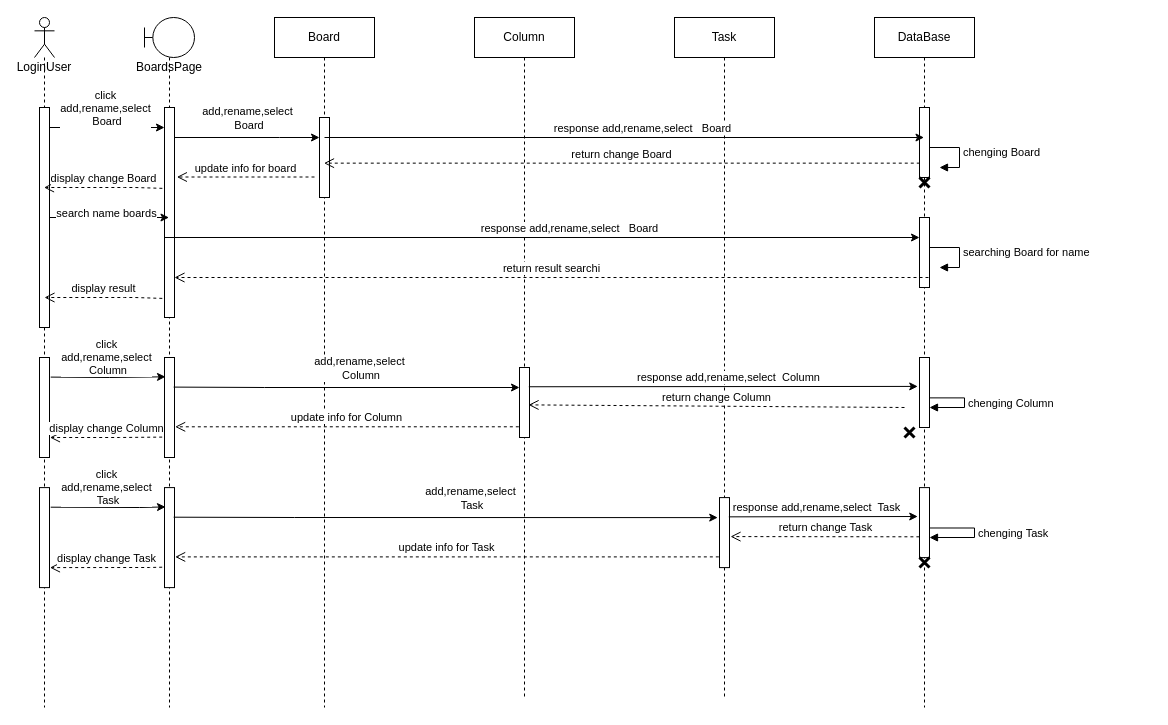
Before: page "Sequence_workBoards" (14 of 17) of Board_Use_Case_Diagramm.drawio in ololnovolol/ScrumBoardApp, a draw.io diagram. Source tidied: cells renumbered, new cells numbered last; positions are measured from the earlier drawing's top-left corner, leaving out a move shared by most shapes. Both pictures are drawn from the tidied source at 100%, with x=0, y=0 at pixel (34, 17).
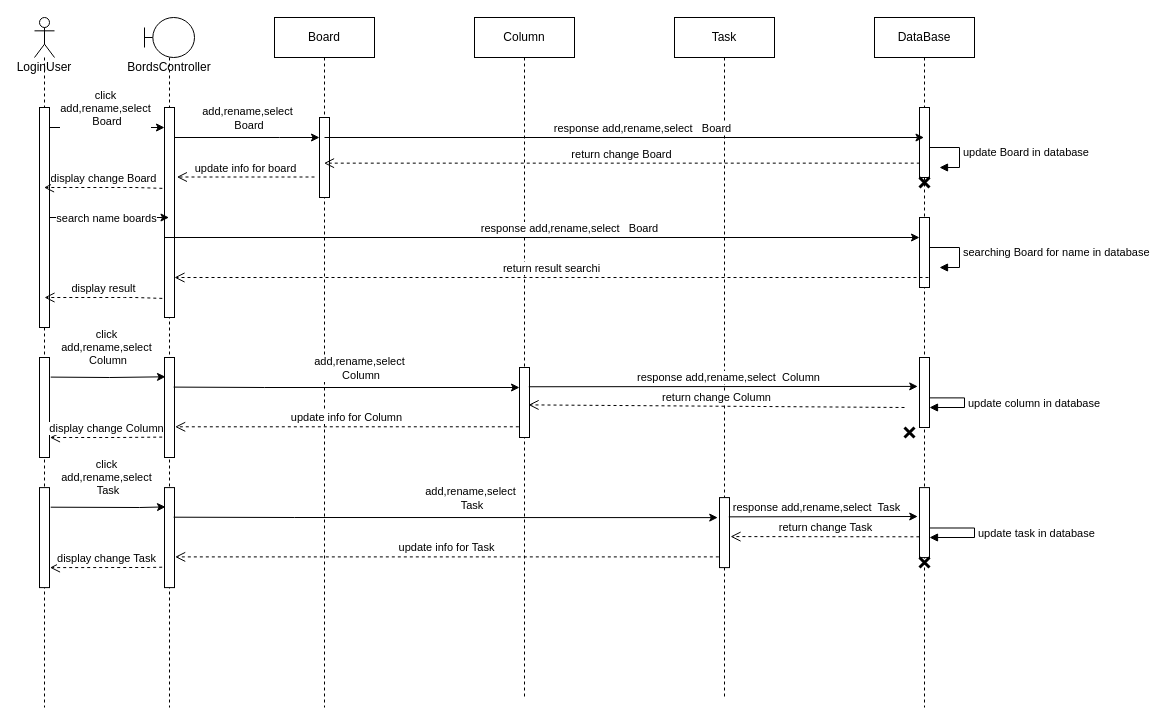
The same diagram, later.

Unchanged cells that the change refers to:
```xml
<mxCell id="19" value="DataBase" style="shape=umlLifeline;perimeter=lifelinePerimeter;whiteSpace=wrap;html=1;outlineConnect=0;" parent="1" vertex="1">
  <mxGeometry x="840" width="100" height="690" as="geometry" />
</mxCell>
<mxCell id="25" style="html=1;points=[];perimeter=orthogonalPerimeter;" parent="19" vertex="1">
  <mxGeometry x="45" y="340" width="10" height="70" as="geometry" />
</mxCell>
<mxCell id="27" style="html=1;points=[];perimeter=orthogonalPerimeter;" parent="19" vertex="1">
  <mxGeometry x="45" y="470.1" width="10" height="70" as="geometry" />
</mxCell>
<mxCell id="32" style="rounded=0;jettySize=auto;html=1;entryX=0.101;entryY=0.193;entryDx=0;entryDy=0;entryPerimeter=0;exitX=1.119;exitY=0.196;exitDx=0;exitDy=0;exitPerimeter=0;" parent="1" edge="1" source="5" target="9">
  <mxGeometry relative="1" as="geometry">
    <Array as="points">
      <mxPoint x="105" y="490" />
    </Array>
  </mxGeometry>
</mxCell>
<mxCell id="37" style="edgeStyle=none;rounded=0;jettySize=auto;html=1;" parent="1" edge="1" source="3" target="6">
  <mxGeometry relative="1" as="geometry" />
</mxCell>
<mxCell id="51" style="rounded=0;jettySize=auto;html=1;entryX=0.101;entryY=0.193;entryDx=0;entryDy=0;entryPerimeter=0;exitX=1.119;exitY=0.196;exitDx=0;exitDy=0;exitPerimeter=0;" parent="1" edge="1" source="4" target="8">
  <mxGeometry relative="1" as="geometry">
    <Array as="points">
      <mxPoint x="75" y="360" />
    </Array>
  </mxGeometry>
</mxCell>
```

Diff of the diagram source:
```diff
@@
-    <mxCell id="6" value="BoardsPage" style="shape=umlLifeline;participant=umlBoundary;perimeter=lifelinePerimeter;whiteSpace=wrap;html=1;verticalAlign=top;spacingTop=36;outlineConnect=0;" parent="1" vertex="1">
+    <mxCell id="6" value="BordsController" style="shape=umlLifeline;participant=umlBoundary;perimeter=lifelinePerimeter;whiteSpace=wrap;html=1;verticalAlign=top;spacingTop=36;outlineConnect=0;" parent="1" vertex="1">
       <mxGeometry x="110" width="50" height="690" as="geometry" />
     </mxCell>
@@
-    <mxCell id="21" value="chenging Board" style="edgeStyle=orthogonalEdgeStyle;html=1;align=left;spacingLeft=2;endArrow=block;rounded=0;entryX=1;entryY=0;" parent="19" edge="1">
+    <mxCell id="21" value="update Board in database" style="edgeStyle=orthogonalEdgeStyle;html=1;align=left;spacingLeft=2;endArrow=block;rounded=0;entryX=1;entryY=0;" parent="19" edge="1">
       <mxGeometry relative="1" as="geometry">
         <mxPoint x="55" y="130" as="sourcePoint" />
         <mxPoint x="65" y="150" as="targetPoint" />
         <Array as="points">
           <mxPoint x="85" y="130" />
           <mxPoint x="85" y="150" />
         </Array>
       </mxGeometry>
     </mxCell>
@@
-    <mxCell id="24" value="searching Board for name" style="edgeStyle=orthogonalEdgeStyle;html=1;align=left;spacingLeft=2;endArrow=block;rounded=0;entryX=1;entryY=0;" parent="19" edge="1">
+    <mxCell id="24" value="searching Board for name in database" style="edgeStyle=orthogonalEdgeStyle;html=1;align=left;spacingLeft=2;endArrow=block;rounded=0;entryX=1;entryY=0;" parent="19" edge="1">
       <mxGeometry relative="1" as="geometry">
         <mxPoint x="55" y="230" as="sourcePoint" />
         <mxPoint x="65" y="250" as="targetPoint" />
         <Array as="points">
           <mxPoint x="85" y="230" />
           <mxPoint x="85" y="250" />
         </Array>
       </mxGeometry>
     </mxCell>
@@
-    <mxCell id="26" value="chenging Column" style="edgeStyle=orthogonalEdgeStyle;html=1;align=left;spacingLeft=2;endArrow=block;rounded=0;exitX=1.045;exitY=0.577;exitDx=0;exitDy=0;exitPerimeter=0;" parent="19" edge="1" source="25">
+    <mxCell id="26" value="update column in database" style="edgeStyle=orthogonalEdgeStyle;html=1;align=left;spacingLeft=2;endArrow=block;rounded=0;exitX=1.045;exitY=0.577;exitDx=0;exitDy=0;exitPerimeter=0;" parent="19" edge="1" source="25">
       <mxGeometry relative="1" as="geometry">
         <mxPoint x="55" y="390" as="targetPoint" />
         <Array as="points">
           <mxPoint x="90" y="380" />
           <mxPoint x="90" y="390" />
           <mxPoint x="55" y="390" />
         </Array>
       </mxGeometry>
     </mxCell>
@@
-    <mxCell id="28" value="chenging&amp;nbsp;&lt;span style=&quot;text-align: center;&quot;&gt;Task&lt;/span&gt;" style="edgeStyle=orthogonalEdgeStyle;html=1;align=left;spacingLeft=2;endArrow=block;rounded=0;exitX=1.045;exitY=0.577;exitDx=0;exitDy=0;exitPerimeter=0;" parent="19" edge="1" source="27">
+    <mxCell id="28" value="update t&lt;span style=&quot;text-align: center;&quot;&gt;ask in database&lt;/span&gt;" style="edgeStyle=orthogonalEdgeStyle;html=1;align=left;spacingLeft=2;endArrow=block;rounded=0;exitX=1.045;exitY=0.577;exitDx=0;exitDy=0;exitPerimeter=0;" parent="19" edge="1" source="27">
       <mxGeometry relative="1" as="geometry">
         <mxPoint x="55" y="520" as="targetPoint" />
         <Array as="points">
           <mxPoint x="100" y="510" />
           <mxPoint x="100" y="520" />
           <mxPoint x="55" y="520" />
         </Array>
       </mxGeometry>
     </mxCell>
@@
     <mxCell id="33" value="click &lt;br&gt;add,rename,select&lt;br&gt;&amp;nbsp;Task" style="edgeLabel;html=1;align=center;verticalAlign=middle;" parent="32" vertex="1">
       <mxGeometry x="0.12" relative="1" as="geometry">
-        <mxPoint x="-9" y="-20" as="offset" />
+        <mxPoint x="-9" y="-30" as="offset" />
       </mxGeometry>
     </mxCell>
@@
     <mxCell id="38" value="search name boards" style="edgeLabel;html=1;align=center;verticalAlign=middle;" parent="37" vertex="1">
       <mxGeometry x="0.59" y="2" relative="1" as="geometry">
-        <mxPoint x="-39" y="-3" as="offset" />
+        <mxPoint x="-39" y="2" as="offset" />
       </mxGeometry>
     </mxCell>
@@
     <mxCell id="52" value="click &lt;br&gt;add,rename,select&lt;br&gt;&amp;nbsp;Column" style="edgeLabel;html=1;align=center;verticalAlign=middle;" parent="51" vertex="1">
       <mxGeometry x="0.12" relative="1" as="geometry">
-        <mxPoint x="-9" y="-20" as="offset" />
+        <mxPoint x="-9" y="-30" as="offset" />
       </mxGeometry>
     </mxCell>
```
